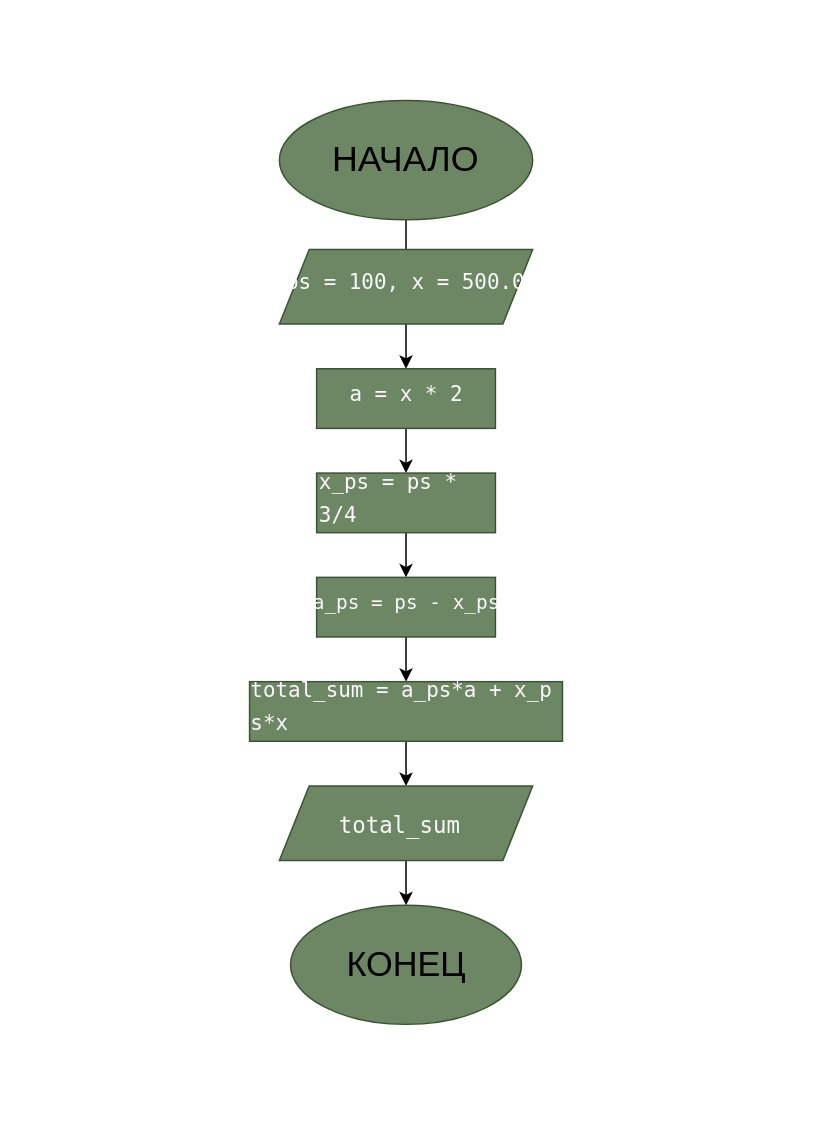
Above: Lab2_schema.drawio in stainitz-boss/Lab2 (draw.io), before the change. Source tidied: cells renumbered, new cells numbered last; positions are measured from the earlier drawing's top-left corner, leaving out a move shared by most shapes. Both pictures are drawn from the tidied source at 149%, with x=0, y=0 at pixel (225, 55).
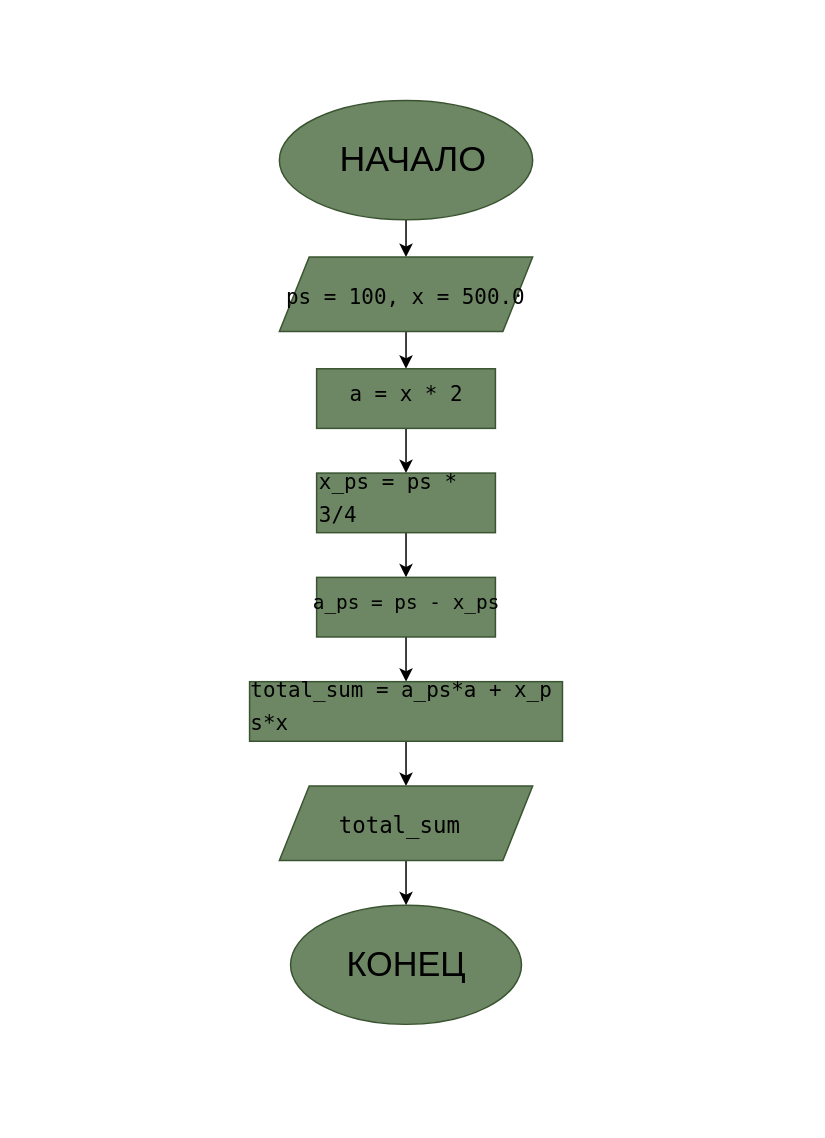
After the change.

The change refers to these unchanged cells:
```xml
<mxCell id="3" style="ellipse;whiteSpace=wrap;html=1;shapeInside=1;fillColor=#6d8764;strokeColor=#3A5431;fontColor=#ffffff;" parent="1" vertex="1">
  <mxGeometry x="36" y="30" width="170" height="80" as="geometry" />
</mxCell>
```

What changed in the source:
```diff
@@
-    <mxCell id="2" style="edgeStyle=orthogonalEdgeStyle;rounded=0;jettySize=auto;html=1;" parent="1" edge="1" source="3">
-      <mxGeometry relative="1" as="geometry">
-        <mxPoint x="121" y="160" as="targetPoint" />
-      </mxGeometry>
-    </mxCell>
+    <mxCell id="25" style="rounded=0;whiteSpace=wrap;html=1;strokeColor=none;" parent="1" vertex="1">
+      <mxGeometry x="-134" y="-20" width="520" height="730" as="geometry" />
+    </mxCell>
+    <mxCell id="26" style="edgeStyle=orthogonalEdgeStyle;rounded=0;jettySize=auto;html=1;entryX=0.5;entryY=0;entryDx=0;entryDy=0;" parent="1" edge="1" source="3" target="5">
+      <mxGeometry relative="1" as="geometry" />
+    </mxCell>
@@
     <mxCell id="5" style="shape=parallelogram;perimeter=parallelogramPerimeter;whiteSpace=wrap;html=1;shapeInside=1;fixedSize=1;fillColor=#6d8764;fontColor=#ffffff;strokeColor=#3A5431;" parent="1" vertex="1">
-      <mxGeometry x="36" y="130" width="170" height="50" as="geometry" />
+      <mxGeometry x="36" y="135" width="170" height="50" as="geometry" />
     </mxCell>
@@
     <mxCell id="17" value="НАЧАЛО" style="text;html=1;whiteSpace=wrap;align=center;verticalAlign=middle;rounded=0;fontColor=light-dark(#000000,#000000);fontSize=24;" parent="1" vertex="1">
-      <mxGeometry x="16" width="210" height="140" as="geometry" />
+      <mxGeometry x="21" y="5" width="210" height="130" as="geometry" />
     </mxCell>
-    <mxCell id="18" value="&#10;&lt;pre style=&quot;font-style: normal; font-variant: normal; font-size-adjust: none; font-language-override: normal; font-kerning: auto; font-optical-sizing: auto; font-feature-settings: normal; font-variation-settings: normal; font-weight: 400; font-stretch: normal; line-height: 22px; font-family: Menlo, Monaco, Consolas, &amp;quot;Cascadia Mono&amp;quot;, &amp;quot;Ubuntu Mono&amp;quot;, &amp;quot;DejaVu Sans Mono&amp;quot;, &amp;quot;Liberation Mono&amp;quot;, &amp;quot;JetBrains Mono&amp;quot;, &amp;quot;Fira Code&amp;quot;, Cousine, &amp;quot;Roboto Mono&amp;quot;, &amp;quot;Courier New&amp;quot;, Courier, sans-serif, system-ui; overflow: auto; white-space: pre-wrap; word-break: break-all; padding: 16px; color: rgb(249, 250, 251); letter-spacing: normal; orphans: 2; text-align: start; text-indent: 0px; text-transform: none; widows: 2; word-spacing: 0px; -webkit-text-stroke-width: 0px; text-decoration-thickness: initial; text-decoration-style: initial; text-decoration-color: initial; margin: 0px !important;&quot;&gt;&lt;span&gt;ps = 100, x = 500.0&lt;/span&gt;&lt;/pre&gt;&#10;&#10;" style="text;html=1;whiteSpace=wrap;strokeColor=none;fillColor=none;align=center;verticalAlign=middle;rounded=0;fontSize=14;" parent="1" vertex="1">
-      <mxGeometry x="21" y="145" width="200" height="30" as="geometry" />
+    <mxCell id="18" value="&#10;&lt;pre style=&quot;font-style: normal; font-variant: normal; font-size-adjust: none; font-language-override: normal; font-kerning: auto; font-optical-sizing: auto; font-feature-settings: normal; font-variation-settings: normal; font-weight: 400; font-stretch: normal; line-height: 22px; font-family: Menlo, Monaco, Consolas, &amp;quot;Cascadia Mono&amp;quot;, &amp;quot;Ubuntu Mono&amp;quot;, &amp;quot;DejaVu Sans Mono&amp;quot;, &amp;quot;Liberation Mono&amp;quot;, &amp;quot;JetBrains Mono&amp;quot;, &amp;quot;Fira Code&amp;quot;, Cousine, &amp;quot;Roboto Mono&amp;quot;, &amp;quot;Courier New&amp;quot;, Courier, sans-serif, system-ui; overflow: auto; white-space: pre-wrap; word-break: break-all; padding: 16px; letter-spacing: normal; orphans: 2; text-align: start; text-indent: 0px; text-transform: none; widows: 2; word-spacing: 0px; -webkit-text-stroke-width: 0px; text-decoration-thickness: initial; text-decoration-style: initial; text-decoration-color: initial; margin: 0px !important;&quot;&gt;&lt;span&gt;ps = 100, x = 500.0&lt;/span&gt;&lt;/pre&gt;&#10;&#10;" style="text;html=1;whiteSpace=wrap;strokeColor=none;fillColor=none;align=center;verticalAlign=middle;rounded=0;fontSize=14;fontColor=light-dark(#000000,#000000);" parent="1" vertex="1">
+      <mxGeometry x="21" y="155" width="200" height="30" as="geometry" />
     </mxCell>
-    <mxCell id="19" value="&#10;&lt;pre style=&quot;font-style: normal; font-variant: normal; font-size-adjust: none; font-language-override: normal; font-kerning: auto; font-optical-sizing: auto; font-feature-settings: normal; font-variation-settings: normal; font-weight: 400; font-stretch: normal; line-height: 22px; font-family: Menlo, Monaco, Consolas, &amp;quot;Cascadia Mono&amp;quot;, &amp;quot;Ubuntu Mono&amp;quot;, &amp;quot;DejaVu Sans Mono&amp;quot;, &amp;quot;Liberation Mono&amp;quot;, &amp;quot;JetBrains Mono&amp;quot;, &amp;quot;Fira Code&amp;quot;, Cousine, &amp;quot;Roboto Mono&amp;quot;, &amp;quot;Courier New&amp;quot;, Courier, sans-serif, system-ui; overflow: auto; white-space: pre-wrap; word-break: break-all; padding: 16px; color: rgb(249, 250, 251); letter-spacing: normal; orphans: 2; text-align: start; text-indent: 0px; text-transform: none; widows: 2; word-spacing: 0px; -webkit-text-stroke-width: 0px; text-decoration-thickness: initial; text-decoration-style: initial; text-decoration-color: initial; margin: 0px !important;&quot;&gt;&lt;span&gt;a = x * 2&lt;/span&gt;&lt;/pre&gt;&#10;&#10;" style="text;html=1;whiteSpace=wrap;strokeColor=none;fillColor=none;align=center;verticalAlign=middle;rounded=0;fontSize=14;" parent="1" vertex="1">
+    <mxCell id="19" value="&#10;&lt;pre style=&quot;font-style: normal; font-variant: normal; font-size-adjust: none; font-language-override: normal; font-kerning: auto; font-optical-sizing: auto; font-feature-settings: normal; font-variation-settings: normal; font-weight: 400; font-stretch: normal; line-height: 22px; font-family: Menlo, Monaco, Consolas, &amp;quot;Cascadia Mono&amp;quot;, &amp;quot;Ubuntu Mono&amp;quot;, &amp;quot;DejaVu Sans Mono&amp;quot;, &amp;quot;Liberation Mono&amp;quot;, &amp;quot;JetBrains Mono&amp;quot;, &amp;quot;Fira Code&amp;quot;, Cousine, &amp;quot;Roboto Mono&amp;quot;, &amp;quot;Courier New&amp;quot;, Courier, sans-serif, system-ui; overflow: auto; white-space: pre-wrap; word-break: break-all; padding: 16px; letter-spacing: normal; orphans: 2; text-align: start; text-indent: 0px; text-transform: none; widows: 2; word-spacing: 0px; -webkit-text-stroke-width: 0px; text-decoration-thickness: initial; text-decoration-style: initial; text-decoration-color: initial; margin: 0px !important;&quot;&gt;&lt;span&gt;a = x * 2&lt;/span&gt;&lt;/pre&gt;&#10;&#10;" style="text;html=1;whiteSpace=wrap;strokeColor=none;fillColor=none;align=center;verticalAlign=middle;rounded=0;fontSize=14;fontColor=light-dark(#000000,#000000);" parent="1" vertex="1">
       <mxGeometry x="56.6" y="220" width="128.8" height="30" as="geometry" />
     </mxCell>
-    <mxCell id="20" value="&#10;&lt;pre style=&quot;font-style: normal; font-variant: normal; font-size-adjust: none; font-language-override: normal; font-kerning: auto; font-optical-sizing: auto; font-feature-settings: normal; font-variation-settings: normal; font-weight: 400; font-stretch: normal; line-height: 22px; font-family: Menlo, Monaco, Consolas, &amp;quot;Cascadia Mono&amp;quot;, &amp;quot;Ubuntu Mono&amp;quot;, &amp;quot;DejaVu Sans Mono&amp;quot;, &amp;quot;Liberation Mono&amp;quot;, &amp;quot;JetBrains Mono&amp;quot;, &amp;quot;Fira Code&amp;quot;, Cousine, &amp;quot;Roboto Mono&amp;quot;, &amp;quot;Courier New&amp;quot;, Courier, sans-serif, system-ui; overflow: auto; white-space: pre-wrap; word-break: break-all; padding: 16px; color: rgb(249, 250, 251); letter-spacing: normal; orphans: 2; text-align: start; text-indent: 0px; text-transform: none; widows: 2; word-spacing: 0px; -webkit-text-stroke-width: 0px; text-decoration-thickness: initial; text-decoration-style: initial; text-decoration-color: initial; margin: 0px !important;&quot;&gt;&lt;span&gt;x_ps = ps * 3/4&lt;/span&gt;&lt;/pre&gt;&#10;&#10;" style="text;html=1;whiteSpace=wrap;strokeColor=none;fillColor=none;align=center;verticalAlign=middle;rounded=0;fontSize=14;" parent="1" vertex="1">
+    <mxCell id="20" value="&#10;&lt;pre style=&quot;font-style: normal; font-variant: normal; font-size-adjust: none; font-language-override: normal; font-kerning: auto; font-optical-sizing: auto; font-feature-settings: normal; font-variation-settings: normal; font-weight: 400; font-stretch: normal; line-height: 22px; font-family: Menlo, Monaco, Consolas, &amp;quot;Cascadia Mono&amp;quot;, &amp;quot;Ubuntu Mono&amp;quot;, &amp;quot;DejaVu Sans Mono&amp;quot;, &amp;quot;Liberation Mono&amp;quot;, &amp;quot;JetBrains Mono&amp;quot;, &amp;quot;Fira Code&amp;quot;, Cousine, &amp;quot;Roboto Mono&amp;quot;, &amp;quot;Courier New&amp;quot;, Courier, sans-serif, system-ui; overflow: auto; white-space: pre-wrap; word-break: break-all; padding: 16px; letter-spacing: normal; orphans: 2; text-align: start; text-indent: 0px; text-transform: none; widows: 2; word-spacing: 0px; -webkit-text-stroke-width: 0px; text-decoration-thickness: initial; text-decoration-style: initial; text-decoration-color: initial; margin: 0px !important;&quot;&gt;&lt;span&gt;x_ps = ps * 3/4&lt;/span&gt;&lt;/pre&gt;&#10;&#10;" style="text;html=1;whiteSpace=wrap;strokeColor=none;fillColor=none;align=center;verticalAlign=middle;rounded=0;fontSize=14;fontColor=light-dark(#000000,#000000);" parent="1" vertex="1">
       <mxGeometry x="45.9" y="290" width="150.2" height="30" as="geometry" />
     </mxCell>
-    <mxCell id="21" value="&#10;&lt;pre style=&quot;font-style: normal; font-variant: normal; font-size-adjust: none; font-language-override: normal; font-kerning: auto; font-optical-sizing: auto; font-feature-settings: normal; font-variation-settings: normal; font-weight: 400; font-stretch: normal; line-height: 22px; font-family: Menlo, Monaco, Consolas, &amp;quot;Cascadia Mono&amp;quot;, &amp;quot;Ubuntu Mono&amp;quot;, &amp;quot;DejaVu Sans Mono&amp;quot;, &amp;quot;Liberation Mono&amp;quot;, &amp;quot;JetBrains Mono&amp;quot;, &amp;quot;Fira Code&amp;quot;, Cousine, &amp;quot;Roboto Mono&amp;quot;, &amp;quot;Courier New&amp;quot;, Courier, sans-serif, system-ui; overflow: auto; white-space: pre-wrap; word-break: break-all; padding: 16px; color: rgb(249, 250, 251); letter-spacing: normal; orphans: 2; text-align: start; text-indent: 0px; text-transform: none; widows: 2; word-spacing: 0px; -webkit-text-stroke-width: 0px; text-decoration-thickness: initial; text-decoration-style: initial; text-decoration-color: initial; margin: 0px !important;&quot;&gt;&lt;span&gt;a_ps = ps - x_ps&lt;/span&gt;&lt;/pre&gt;&#10;&#10;" style="text;html=1;whiteSpace=wrap;strokeColor=none;fillColor=none;align=center;verticalAlign=middle;rounded=0;fontSize=13;" parent="1" vertex="1">
+    <mxCell id="21" value="&#10;&lt;pre style=&quot;font-style: normal; font-variant: normal; font-size-adjust: none; font-language-override: normal; font-kerning: auto; font-optical-sizing: auto; font-feature-settings: normal; font-variation-settings: normal; font-weight: 400; font-stretch: normal; line-height: 22px; font-family: Menlo, Monaco, Consolas, &amp;quot;Cascadia Mono&amp;quot;, &amp;quot;Ubuntu Mono&amp;quot;, &amp;quot;DejaVu Sans Mono&amp;quot;, &amp;quot;Liberation Mono&amp;quot;, &amp;quot;JetBrains Mono&amp;quot;, &amp;quot;Fira Code&amp;quot;, Cousine, &amp;quot;Roboto Mono&amp;quot;, &amp;quot;Courier New&amp;quot;, Courier, sans-serif, system-ui; overflow: auto; white-space: pre-wrap; word-break: break-all; padding: 16px; letter-spacing: normal; orphans: 2; text-align: start; text-indent: 0px; text-transform: none; widows: 2; word-spacing: 0px; -webkit-text-stroke-width: 0px; text-decoration-thickness: initial; text-decoration-style: initial; text-decoration-color: initial; margin: 0px !important;&quot;&gt;&lt;span&gt;a_ps = ps - x_ps&lt;/span&gt;&lt;/pre&gt;&#10;&#10;" style="text;html=1;whiteSpace=wrap;strokeColor=none;fillColor=none;align=center;verticalAlign=middle;rounded=0;fontSize=13;fontColor=light-dark(#000000,#000000);" parent="1" vertex="1">
       <mxGeometry x="39.8" y="360" width="162.5" height="30" as="geometry" />
     </mxCell>
-    <mxCell id="22" value="&#10;&lt;pre style=&quot;font-style: normal; font-variant: normal; font-size-adjust: none; font-language-override: normal; font-kerning: auto; font-optical-sizing: auto; font-feature-settings: normal; font-variation-settings: normal; font-weight: 400; font-stretch: normal; line-height: 22px; font-family: Menlo, Monaco, Consolas, &amp;quot;Cascadia Mono&amp;quot;, &amp;quot;Ubuntu Mono&amp;quot;, &amp;quot;DejaVu Sans Mono&amp;quot;, &amp;quot;Liberation Mono&amp;quot;, &amp;quot;JetBrains Mono&amp;quot;, &amp;quot;Fira Code&amp;quot;, Cousine, &amp;quot;Roboto Mono&amp;quot;, &amp;quot;Courier New&amp;quot;, Courier, sans-serif, system-ui; overflow: auto; white-space: pre-wrap; word-break: break-all; padding: 16px; color: rgb(249, 250, 251); letter-spacing: normal; orphans: 2; text-align: start; text-indent: 0px; text-transform: none; widows: 2; word-spacing: 0px; -webkit-text-stroke-width: 0px; text-decoration-thickness: initial; text-decoration-style: initial; text-decoration-color: initial; margin: 0px !important;&quot;&gt;&lt;span&gt;total_sum = a_ps*a + x_ps*x &lt;/span&gt;&lt;/pre&gt;&#10;&#10;" style="text;html=1;whiteSpace=wrap;strokeColor=none;fillColor=none;align=center;verticalAlign=middle;rounded=0;fontSize=14;" parent="1" vertex="1">
+    <mxCell id="22" value="&#10;&lt;pre style=&quot;font-style: normal; font-variant: normal; font-size-adjust: none; font-language-override: normal; font-kerning: auto; font-optical-sizing: auto; font-feature-settings: normal; font-variation-settings: normal; font-weight: 400; font-stretch: normal; line-height: 22px; font-family: Menlo, Monaco, Consolas, &amp;quot;Cascadia Mono&amp;quot;, &amp;quot;Ubuntu Mono&amp;quot;, &amp;quot;DejaVu Sans Mono&amp;quot;, &amp;quot;Liberation Mono&amp;quot;, &amp;quot;JetBrains Mono&amp;quot;, &amp;quot;Fira Code&amp;quot;, Cousine, &amp;quot;Roboto Mono&amp;quot;, &amp;quot;Courier New&amp;quot;, Courier, sans-serif, system-ui; overflow: auto; white-space: pre-wrap; word-break: break-all; padding: 16px; letter-spacing: normal; orphans: 2; text-align: start; text-indent: 0px; text-transform: none; widows: 2; word-spacing: 0px; -webkit-text-stroke-width: 0px; text-decoration-thickness: initial; text-decoration-style: initial; text-decoration-color: initial; margin: 0px !important;&quot;&gt;&lt;span&gt;total_sum = a_ps*a + x_ps*x &lt;/span&gt;&lt;/pre&gt;&#10;&#10;" style="text;html=1;whiteSpace=wrap;strokeColor=none;fillColor=none;align=center;verticalAlign=middle;rounded=0;fontSize=14;fontColor=light-dark(#000000,#000000);" parent="1" vertex="1">
       <mxGeometry x="-0.2" y="430" width="242.5" height="30" as="geometry" />
     </mxCell>
-    <mxCell id="23" value="&#10;&lt;pre style=&quot;font-style: normal; font-variant: normal; font-size-adjust: none; font-language-override: normal; font-kerning: auto; font-optical-sizing: auto; font-feature-settings: normal; font-variation-settings: normal; font-weight: 400; font-stretch: normal; line-height: 22px; font-family: Menlo, Monaco, Consolas, &amp;quot;Cascadia Mono&amp;quot;, &amp;quot;Ubuntu Mono&amp;quot;, &amp;quot;DejaVu Sans Mono&amp;quot;, &amp;quot;Liberation Mono&amp;quot;, &amp;quot;JetBrains Mono&amp;quot;, &amp;quot;Fira Code&amp;quot;, Cousine, &amp;quot;Roboto Mono&amp;quot;, &amp;quot;Courier New&amp;quot;, Courier, sans-serif, system-ui; overflow: auto; white-space: pre-wrap; word-break: break-all; padding: 16px; color: rgb(249, 250, 251); letter-spacing: normal; orphans: 2; text-align: start; text-indent: 0px; text-transform: none; widows: 2; word-spacing: 0px; -webkit-text-stroke-width: 0px; text-decoration-thickness: initial; text-decoration-style: initial; text-decoration-color: initial; margin: 0px !important;&quot;&gt;&lt;span&gt;total_sum&lt;/span&gt;&lt;/pre&gt;&#10;&#10;" style="text;html=1;whiteSpace=wrap;strokeColor=none;fillColor=none;align=center;verticalAlign=middle;rounded=0;fontSize=15;" parent="1" vertex="1">
+    <mxCell id="23" value="&#10;&lt;pre style=&quot;font-style: normal; font-variant: normal; font-size-adjust: none; font-language-override: normal; font-kerning: auto; font-optical-sizing: auto; font-feature-settings: normal; font-variation-settings: normal; font-weight: 400; font-stretch: normal; line-height: 22px; font-family: Menlo, Monaco, Consolas, &amp;quot;Cascadia Mono&amp;quot;, &amp;quot;Ubuntu Mono&amp;quot;, &amp;quot;DejaVu Sans Mono&amp;quot;, &amp;quot;Liberation Mono&amp;quot;, &amp;quot;JetBrains Mono&amp;quot;, &amp;quot;Fira Code&amp;quot;, Cousine, &amp;quot;Roboto Mono&amp;quot;, &amp;quot;Courier New&amp;quot;, Courier, sans-serif, system-ui; overflow: auto; white-space: pre-wrap; word-break: break-all; padding: 16px; letter-spacing: normal; orphans: 2; text-align: start; text-indent: 0px; text-transform: none; widows: 2; word-spacing: 0px; -webkit-text-stroke-width: 0px; text-decoration-thickness: initial; text-decoration-style: initial; text-decoration-color: initial; margin: 0px !important;&quot;&gt;&lt;span&gt;total_sum&lt;/span&gt;&lt;/pre&gt;&#10;&#10;" style="text;html=1;whiteSpace=wrap;strokeColor=none;fillColor=none;align=center;verticalAlign=middle;rounded=0;fontSize=15;fontColor=light-dark(#000000,#000000);" parent="1" vertex="1">
       <mxGeometry x="56.6" y="510" width="120" height="30" as="geometry" />
     </mxCell>
```
